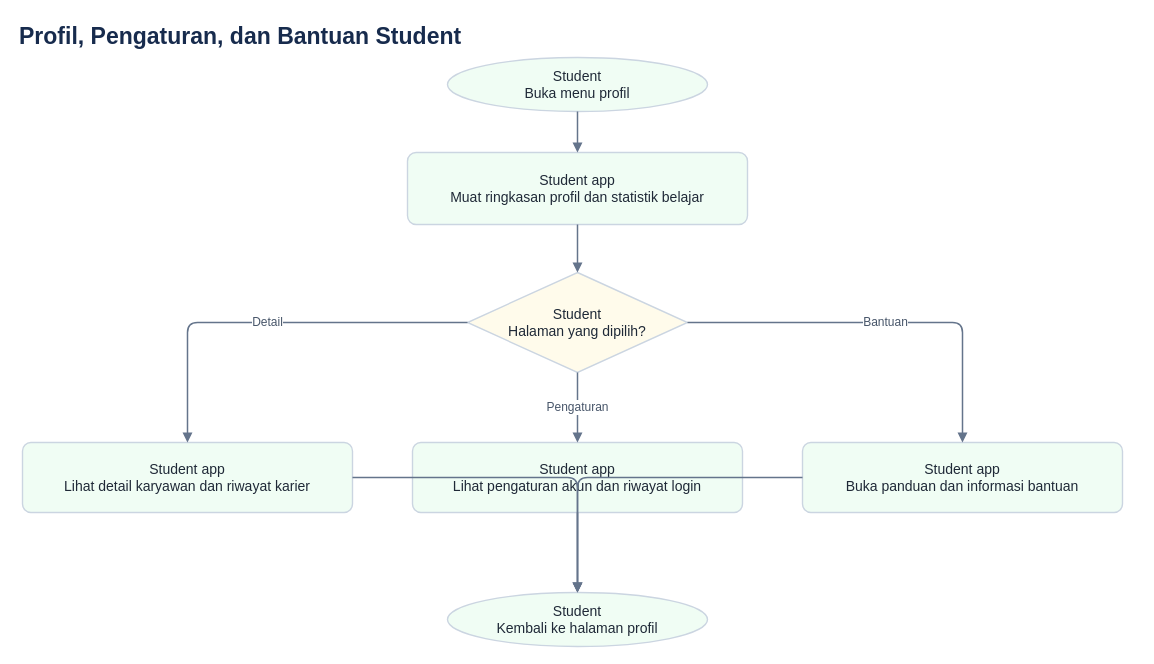
Before: docs/diagrams/12-student-profile-support.drawio in ammarmfirdaus-hue/DENSO-LMS, a draw.io diagram. Source tidied: cells renumbered, new cells numbered last; positions are measured from the earlier drawing's top-left corner, leaving out a move shared by most shapes. Both pictures are drawn from the tidied source at 100%, with x=0, y=0 at pixel (17, 17).
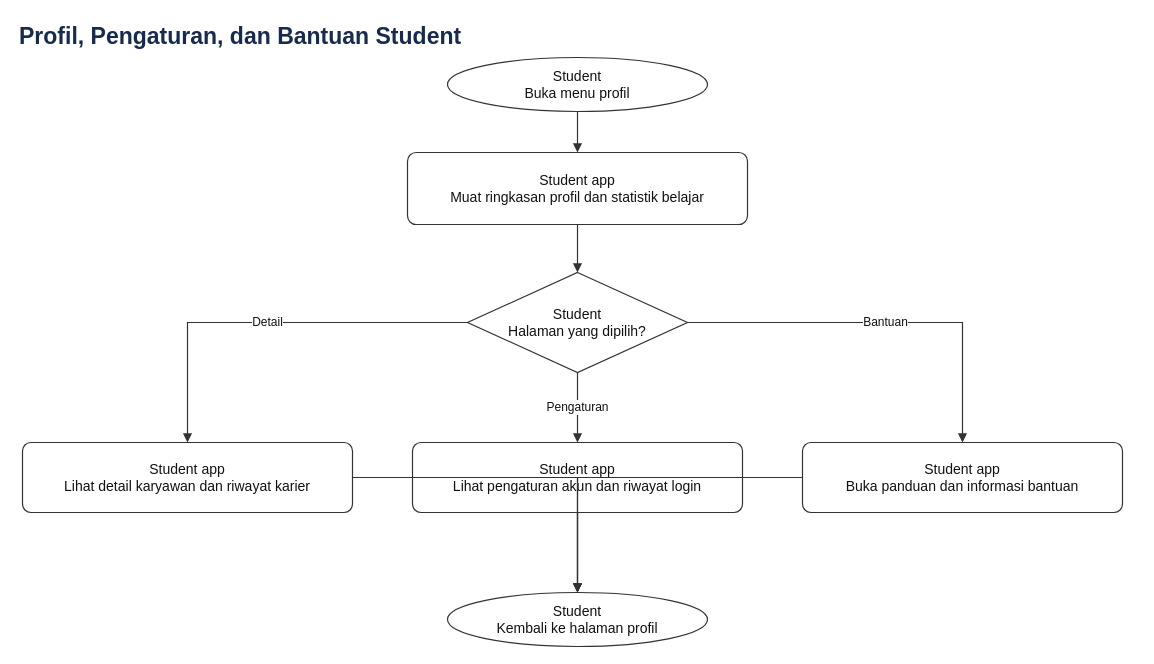
The same diagram, later.

What changed in the source:
```diff
@@
 <mxGraphModel>
   <root>
     <mxCell id="0" />
     <mxCell id="1" parent="0" />
     <mxCell id="2" value="Profil, Pengaturan, dan Bantuan Student" style="text;html=1;align=left;verticalAlign=middle;whiteSpace=wrap;rounded=0;strokeColor=none;fillColor=none;fontSize=23;fontStyle=1;fontColor=#172b4d;" parent="1" vertex="1">
       <mxGeometry width="1120" height="38" as="geometry" />
     </mxCell>
-    <mxCell id="3" value="Student&#10;Buka menu profil" style="shape=ellipse;whiteSpace=wrap;html=1;align=center;verticalAlign=middle;strokeColor=#cbd5e1;strokeWidth=1.4;fillColor=#f0fdf4;fontColor=#1f2937;fontSize=14;spacing=8;shadow=0;" parent="1" vertex="1">
+    <mxCell id="3" value="Student&#10;Buka menu profil" style="shape=ellipse;whiteSpace=wrap;html=1;align=center;verticalAlign=middle;strokeColor=#333333;strokeWidth=1.2;fillColor=#ffffff;fontColor=#111111;fontSize=14;spacing=8;shadow=0;" parent="1" vertex="1">
       <mxGeometry x="430" y="40" width="260" height="54" as="geometry" />
     </mxCell>
-    <mxCell id="4" value="Student app&#10;Muat ringkasan profil dan statistik belajar" style="rounded=1;arcSize=12;whiteSpace=wrap;html=1;align=center;verticalAlign=middle;strokeColor=#cbd5e1;strokeWidth=1.4;fillColor=#f0fdf4;fontColor=#1f2937;fontSize=14;spacing=8;shadow=0;" parent="1" vertex="1">
+    <mxCell id="4" value="Student app&#10;Muat ringkasan profil dan statistik belajar" style="rounded=1;arcSize=12;whiteSpace=wrap;html=1;align=center;verticalAlign=middle;strokeColor=#333333;strokeWidth=1.2;fillColor=#ffffff;fontColor=#111111;fontSize=14;spacing=8;shadow=0;" parent="1" vertex="1">
       <mxGeometry x="390" y="135" width="340" height="72" as="geometry" />
     </mxCell>
-    <mxCell id="5" value="Student&#10;Halaman yang dipilih?" style="shape=rhombus;whiteSpace=wrap;html=1;align=center;verticalAlign=middle;strokeColor=#cbd5e1;strokeWidth=1.4;fillColor=#fffbeb;fontColor=#1f2937;fontSize=14;spacing=8;shadow=0;" parent="1" vertex="1">
+    <mxCell id="5" value="Student&#10;Halaman yang dipilih?" style="shape=rhombus;whiteSpace=wrap;html=1;align=center;verticalAlign=middle;strokeColor=#333333;strokeWidth=1.2;fillColor=#ffffff;fontColor=#111111;fontSize=14;spacing=8;shadow=0;" parent="1" vertex="1">
       <mxGeometry x="450" y="255" width="220" height="100" as="geometry" />
     </mxCell>
-    <mxCell id="6" value="Student app&#10;Lihat detail karyawan dan riwayat karier" style="rounded=1;arcSize=12;whiteSpace=wrap;html=1;align=center;verticalAlign=middle;strokeColor=#cbd5e1;strokeWidth=1.4;fillColor=#f0fdf4;fontColor=#1f2937;fontSize=14;spacing=8;shadow=0;" parent="1" vertex="1">
+    <mxCell id="6" value="Student app&#10;Lihat detail karyawan dan riwayat karier" style="rounded=1;arcSize=12;whiteSpace=wrap;html=1;align=center;verticalAlign=middle;strokeColor=#333333;strokeWidth=1.2;fillColor=#ffffff;fontColor=#111111;fontSize=14;spacing=8;shadow=0;" parent="1" vertex="1">
       <mxGeometry x="5" y="425" width="330" height="70" as="geometry" />
     </mxCell>
-    <mxCell id="7" value="Student app&#10;Lihat pengaturan akun dan riwayat login" style="rounded=1;arcSize=12;whiteSpace=wrap;html=1;align=center;verticalAlign=middle;strokeColor=#cbd5e1;strokeWidth=1.4;fillColor=#f0fdf4;fontColor=#1f2937;fontSize=14;spacing=8;shadow=0;" parent="1" vertex="1">
+    <mxCell id="7" value="Student app&#10;Lihat pengaturan akun dan riwayat login" style="rounded=1;arcSize=12;whiteSpace=wrap;html=1;align=center;verticalAlign=middle;strokeColor=#333333;strokeWidth=1.2;fillColor=#ffffff;fontColor=#111111;fontSize=14;spacing=8;shadow=0;" parent="1" vertex="1">
       <mxGeometry x="395" y="425" width="330" height="70" as="geometry" />
     </mxCell>
-    <mxCell id="8" value="Student app&#10;Buka panduan dan informasi bantuan" style="rounded=1;arcSize=12;whiteSpace=wrap;html=1;align=center;verticalAlign=middle;strokeColor=#cbd5e1;strokeWidth=1.4;fillColor=#f0fdf4;fontColor=#1f2937;fontSize=14;spacing=8;shadow=0;" parent="1" vertex="1">
+    <mxCell id="8" value="Student app&#10;Buka panduan dan informasi bantuan" style="rounded=1;arcSize=12;whiteSpace=wrap;html=1;align=center;verticalAlign=middle;strokeColor=#333333;strokeWidth=1.2;fillColor=#ffffff;fontColor=#111111;fontSize=14;spacing=8;shadow=0;" parent="1" vertex="1">
       <mxGeometry x="785" y="425" width="320" height="70" as="geometry" />
     </mxCell>
-    <mxCell id="9" value="Student&#10;Kembali ke halaman profil" style="shape=ellipse;whiteSpace=wrap;html=1;align=center;verticalAlign=middle;strokeColor=#cbd5e1;strokeWidth=1.4;fillColor=#f0fdf4;fontColor=#1f2937;fontSize=14;spacing=8;shadow=0;" parent="1" vertex="1">
+    <mxCell id="9" value="Student&#10;Kembali ke halaman profil" style="shape=ellipse;whiteSpace=wrap;html=1;align=center;verticalAlign=middle;strokeColor=#333333;strokeWidth=1.2;fillColor=#ffffff;fontColor=#111111;fontSize=14;spacing=8;shadow=0;" parent="1" vertex="1">
       <mxGeometry x="430" y="575" width="260" height="54" as="geometry" />
     </mxCell>
-    <mxCell id="10" style="edgeStyle=orthogonalEdgeStyle;rounded=1;jettySize=auto;html=1;strokeColor=#64748b;strokeWidth=1.5;fontColor=#475569;fontSize=12;labelBackgroundColor=#ffffff;endArrow=block;endFill=1;" parent="1" edge="1" source="3" target="4">
+    <mxCell id="10" style="edgeStyle=orthogonalEdgeStyle;rounded=0;jettySize=auto;html=1;strokeColor=#333333;strokeWidth=1.2;fontColor=#111111;fontSize=12;labelBackgroundColor=#ffffff;endArrow=block;endFill=1;" parent="1" edge="1" source="3" target="4">
       <mxGeometry relative="1" as="geometry" />
     </mxCell>
-    <mxCell id="11" style="edgeStyle=orthogonalEdgeStyle;rounded=1;jettySize=auto;html=1;strokeColor=#64748b;strokeWidth=1.5;fontColor=#475569;fontSize=12;labelBackgroundColor=#ffffff;endArrow=block;endFill=1;" parent="1" edge="1" source="4" target="5">
+    <mxCell id="11" style="edgeStyle=orthogonalEdgeStyle;rounded=0;jettySize=auto;html=1;strokeColor=#333333;strokeWidth=1.2;fontColor=#111111;fontSize=12;labelBackgroundColor=#ffffff;endArrow=block;endFill=1;" parent="1" edge="1" source="4" target="5">
       <mxGeometry relative="1" as="geometry" />
     </mxCell>
-    <mxCell id="12" value="Detail" style="edgeStyle=orthogonalEdgeStyle;rounded=1;jettySize=auto;html=1;strokeColor=#64748b;strokeWidth=1.5;fontColor=#475569;fontSize=12;labelBackgroundColor=#ffffff;endArrow=block;endFill=1;" parent="1" edge="1" source="5" target="6">
+    <mxCell id="12" value="Detail" style="edgeStyle=orthogonalEdgeStyle;rounded=0;jettySize=auto;html=1;strokeColor=#333333;strokeWidth=1.2;fontColor=#111111;fontSize=12;labelBackgroundColor=#ffffff;endArrow=block;endFill=1;" parent="1" edge="1" source="5" target="6">
       <mxGeometry relative="1" as="geometry" />
     </mxCell>
-    <mxCell id="13" value="Pengaturan" style="edgeStyle=orthogonalEdgeStyle;rounded=1;jettySize=auto;html=1;strokeColor=#64748b;strokeWidth=1.5;fontColor=#475569;fontSize=12;labelBackgroundColor=#ffffff;endArrow=block;endFill=1;" parent="1" edge="1" source="5" target="7">
+    <mxCell id="13" value="Pengaturan" style="edgeStyle=orthogonalEdgeStyle;rounded=0;jettySize=auto;html=1;strokeColor=#333333;strokeWidth=1.2;fontColor=#111111;fontSize=12;labelBackgroundColor=#ffffff;endArrow=block;endFill=1;" parent="1" edge="1" source="5" target="7">
       <mxGeometry relative="1" as="geometry" />
     </mxCell>
-    <mxCell id="14" value="Bantuan" style="edgeStyle=orthogonalEdgeStyle;rounded=1;jettySize=auto;html=1;strokeColor=#64748b;strokeWidth=1.5;fontColor=#475569;fontSize=12;labelBackgroundColor=#ffffff;endArrow=block;endFill=1;" parent="1" edge="1" source="5" target="8">
+    <mxCell id="14" value="Bantuan" style="edgeStyle=orthogonalEdgeStyle;rounded=0;jettySize=auto;html=1;strokeColor=#333333;strokeWidth=1.2;fontColor=#111111;fontSize=12;labelBackgroundColor=#ffffff;endArrow=block;endFill=1;" parent="1" edge="1" source="5" target="8">
       <mxGeometry relative="1" as="geometry" />
     </mxCell>
-    <mxCell id="15" style="edgeStyle=orthogonalEdgeStyle;rounded=1;jettySize=auto;html=1;strokeColor=#64748b;strokeWidth=1.5;fontColor=#475569;fontSize=12;labelBackgroundColor=#ffffff;endArrow=block;endFill=1;" parent="1" edge="1" source="6" target="9">
+    <mxCell id="15" style="edgeStyle=orthogonalEdgeStyle;rounded=0;jettySize=auto;html=1;strokeColor=#333333;strokeWidth=1.2;fontColor=#111111;fontSize=12;labelBackgroundColor=#ffffff;endArrow=block;endFill=1;" parent="1" edge="1" source="6" target="9">
       <mxGeometry relative="1" as="geometry" />
     </mxCell>
-    <mxCell id="16" style="edgeStyle=orthogonalEdgeStyle;rounded=1;jettySize=auto;html=1;strokeColor=#64748b;strokeWidth=1.5;fontColor=#475569;fontSize=12;labelBackgroundColor=#ffffff;endArrow=block;endFill=1;" parent="1" edge="1" source="7" target="9">
+    <mxCell id="16" style="edgeStyle=orthogonalEdgeStyle;rounded=0;jettySize=auto;html=1;strokeColor=#333333;strokeWidth=1.2;fontColor=#111111;fontSize=12;labelBackgroundColor=#ffffff;endArrow=block;endFill=1;" parent="1" edge="1" source="7" target="9">
       <mxGeometry relative="1" as="geometry" />
     </mxCell>
-    <mxCell id="17" style="edgeStyle=orthogonalEdgeStyle;rounded=1;jettySize=auto;html=1;strokeColor=#64748b;strokeWidth=1.5;fontColor=#475569;fontSize=12;labelBackgroundColor=#ffffff;endArrow=block;endFill=1;" parent="1" edge="1" source="8" target="9">
+    <mxCell id="17" style="edgeStyle=orthogonalEdgeStyle;rounded=0;jettySize=auto;html=1;strokeColor=#333333;strokeWidth=1.2;fontColor=#111111;fontSize=12;labelBackgroundColor=#ffffff;endArrow=block;endFill=1;" parent="1" edge="1" source="8" target="9">
       <mxGeometry relative="1" as="geometry" />
     </mxCell>
   </root>
 </mxGraphModel>
```
